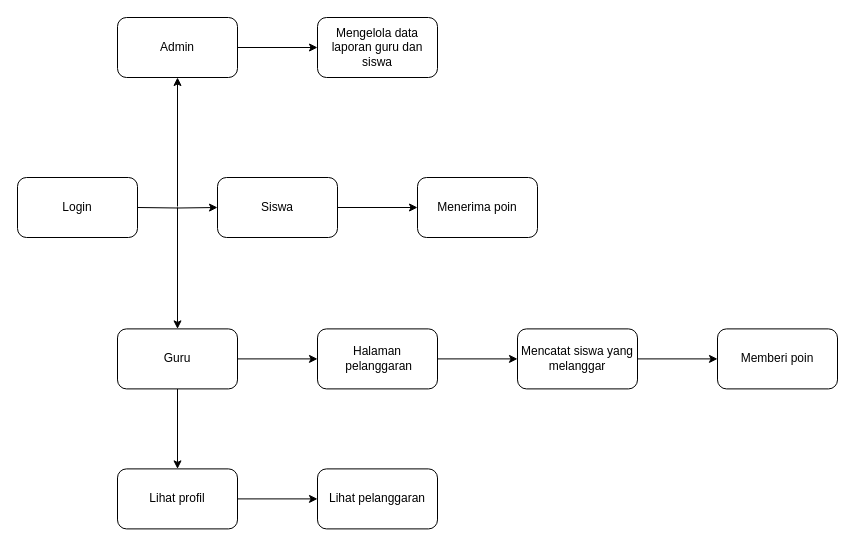
This is alur-simponis.drawio from sastafelishaa/sinponis, a draw.io file, before an edit. Source tidied: cells renumbered, new cells numbered last; positions are measured from the earlier drawing's top-left corner, leaving out a move shared by most shapes. Both pictures are drawn from the tidied source at 100%, with x=0, y=0 at pixel (17, 17).
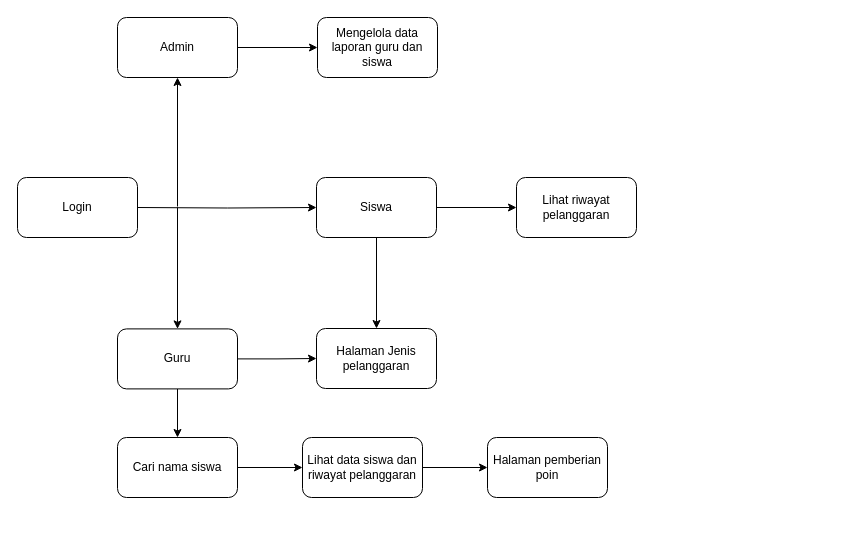
After the change.

The change refers to these unchanged cells:
```xml
<mxCell id="10" value="Guru" style="rounded=1;whiteSpace=wrap;html=1;" parent="1" vertex="1">
  <mxGeometry x="100" y="311.4" width="120" height="60" as="geometry" />
</mxCell>
```

The edit, as a diff of the source:
```diff
@@
-    <mxCell id="4" style="edgeStyle=orthogonalEdgeStyle;rounded=0;jettySize=auto;html=1;" parent="1" edge="1" source="5" target="18">
-      <mxGeometry relative="1" as="geometry" />
-    </mxCell>
+    <mxCell id="23" style="edgeStyle=orthogonalEdgeStyle;rounded=0;jettySize=auto;html=1;" parent="1" edge="1" source="5" target="27">
+      <mxGeometry relative="1" as="geometry" />
+    </mxCell>
+    <mxCell id="24" style="edgeStyle=orthogonalEdgeStyle;rounded=0;jettySize=auto;html=1;" parent="1" edge="1" source="5" target="29">
+      <mxGeometry relative="1" as="geometry" />
+    </mxCell>
     <mxCell id="5" value="Siswa" style="whiteSpace=wrap;html=1;rounded=1;" parent="1" vertex="1">
-      <mxGeometry x="200" y="160" width="120" height="60" as="geometry" />
+      <mxGeometry x="299" y="160" width="120" height="60" as="geometry" />
     </mxCell>
@@
-    <mxCell id="9" style="edgeStyle=orthogonalEdgeStyle;rounded=0;jettySize=auto;html=1;" parent="1" edge="1" source="10" target="14">
-      <mxGeometry relative="1" as="geometry" />
-    </mxCell>
+    <mxCell id="25" style="edgeStyle=orthogonalEdgeStyle;rounded=0;jettySize=auto;html=1;" parent="1" edge="1" source="10" target="27">
+      <mxGeometry relative="1" as="geometry" />
+    </mxCell>
@@
-    <mxCell id="12" value="Halaman&lt;div&gt;&amp;nbsp;pelanggaran&lt;/div&gt;" style="whiteSpace=wrap;html=1;rounded=1;" parent="1" vertex="1">
-      <mxGeometry x="300" y="311.4" width="120" height="60" as="geometry" />
+    <mxCell id="12" value="Cari nama siswa" style="whiteSpace=wrap;html=1;rounded=1;" parent="1" vertex="1">
+      <mxGeometry x="100" y="420" width="120" height="60" as="geometry" />
     </mxCell>
-    <mxCell id="13" style="edgeStyle=orthogonalEdgeStyle;rounded=0;jettySize=auto;html=1;" parent="1" edge="1" source="14" target="22">
-      <mxGeometry relative="1" as="geometry" />
-    </mxCell>
-    <mxCell id="14" value="Lihat profil" style="whiteSpace=wrap;html=1;rounded=1;" parent="1" vertex="1">
-      <mxGeometry x="100" y="451.4" width="120" height="60" as="geometry" />
-    </mxCell>
@@
-    <mxCell id="18" value="Menerima poin" style="whiteSpace=wrap;html=1;rounded=1;" parent="1" vertex="1">
-      <mxGeometry x="400" y="160" width="120" height="60" as="geometry" />
-    </mxCell>
-    <mxCell id="19" style="edgeStyle=orthogonalEdgeStyle;rounded=0;jettySize=auto;html=1;" parent="1" edge="1" source="20" target="21">
-      <mxGeometry relative="1" as="geometry" />
-    </mxCell>
+    <mxCell id="26" style="edgeStyle=orthogonalEdgeStyle;rounded=0;jettySize=auto;html=1;" parent="1" edge="1" source="20" target="28">
+      <mxGeometry relative="1" as="geometry" />
+    </mxCell>
-    <mxCell id="20" value="Mencatat siswa yang melanggar" style="whiteSpace=wrap;html=1;rounded=1;" parent="1" vertex="1">
-      <mxGeometry x="500" y="311.4" width="120" height="60" as="geometry" />
+    <mxCell id="20" value="Lihat data siswa dan riwayat pelanggaran" style="whiteSpace=wrap;html=1;rounded=1;" parent="1" vertex="1">
+      <mxGeometry x="285" y="420" width="120" height="60" as="geometry" />
     </mxCell>
-    <mxCell id="21" value="Memberi poin" style="whiteSpace=wrap;html=1;rounded=1;" parent="1" vertex="1">
-      <mxGeometry x="700" y="311.4" width="120" height="60" as="geometry" />
-    </mxCell>
-    <mxCell id="22" value="Lihat pelanggaran" style="whiteSpace=wrap;html=1;rounded=1;" parent="1" vertex="1">
-      <mxGeometry x="300" y="451.4" width="120" height="60" as="geometry" />
-    </mxCell>
+    <mxCell id="27" value="Halaman Jenis pelanggaran" style="whiteSpace=wrap;html=1;rounded=1;" parent="1" vertex="1">
+      <mxGeometry x="299" y="311" width="120" height="60" as="geometry" />
+    </mxCell>
+    <mxCell id="28" value="Halaman pemberian poin" style="whiteSpace=wrap;html=1;rounded=1;" parent="1" vertex="1">
+      <mxGeometry x="470" y="420" width="120" height="60" as="geometry" />
+    </mxCell>
+    <mxCell id="29" value="Lihat riwayat pelanggaran" style="whiteSpace=wrap;html=1;rounded=1;" parent="1" vertex="1">
+      <mxGeometry x="499" y="160" width="120" height="60" as="geometry" />
+    </mxCell>
```
